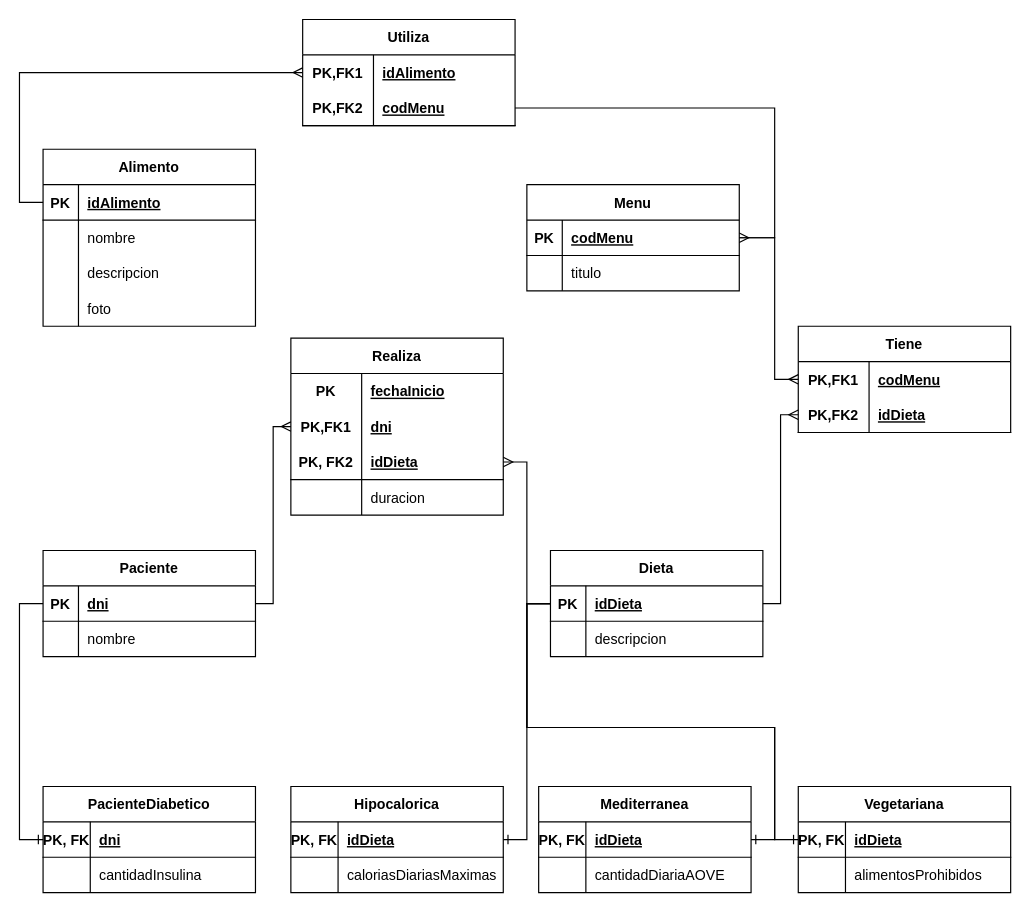
This is BBDD/Tema 8/ejercicio4.drawio from PedroPuertasR/1DAM.EV2, a draw.io file, before an edit. Source tidied: cells renumbered, new cells numbered last; positions are measured from the earlier drawing's top-left corner, leaving out a move shared by most shapes. Both pictures are drawn from the tidied source at 118%, with x=0, y=0 at pixel (19, 19).
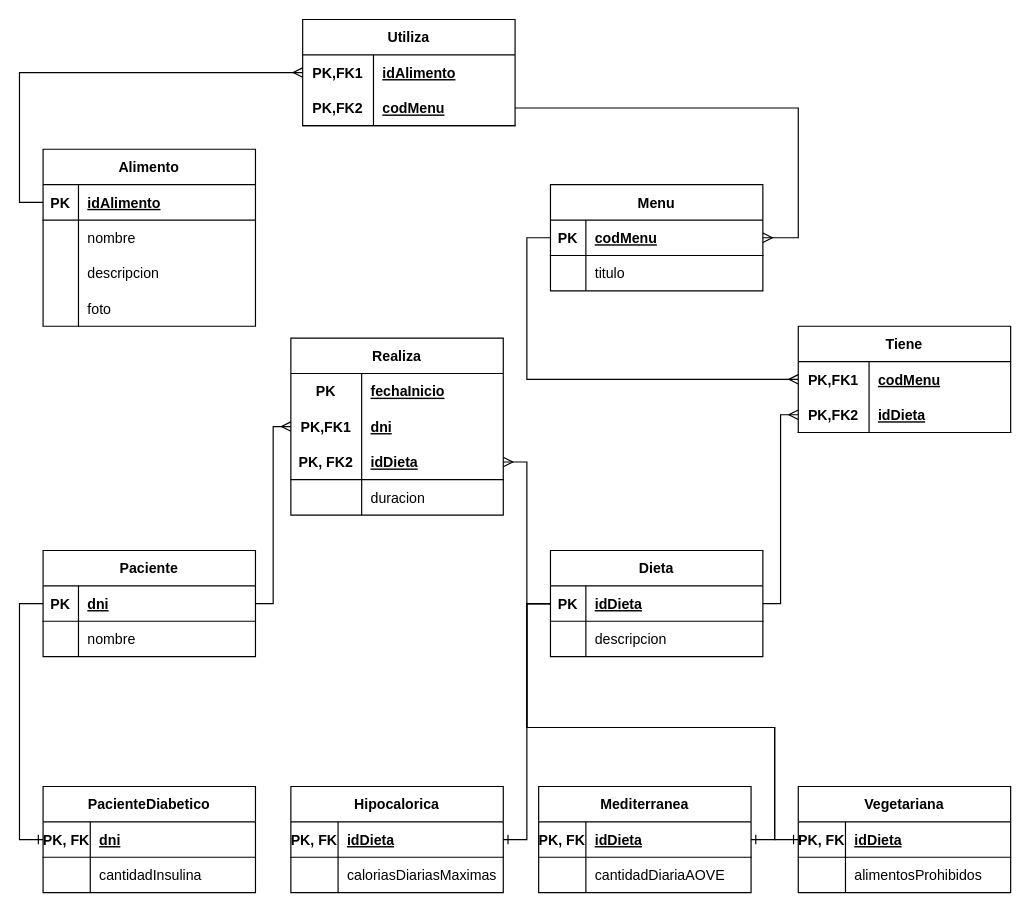
The same diagram, later.

Commit message:
Otra modificación en el mismo

The change refers to these unchanged cells:
```xml
<mxCell id="16" style="shape=tableRow;horizontal=0;startSize=0;swimlaneHead=0;swimlaneBody=0;fillColor=none;points=[[0,0.5],[1,0.5]];portConstraint=eastwest;top=0;left=0;right=0;bottom=1;" parent="15" vertex="1">
  <mxGeometry y="30" width="180" height="30" as="geometry" />
</mxCell>
<mxCell id="26" style="shape=tableRow;horizontal=0;startSize=0;swimlaneHead=0;swimlaneBody=0;fillColor=none;points=[[0,0.5],[1,0.5]];portConstraint=eastwest;top=0;left=0;right=0;bottom=1;" parent="22" vertex="1">
  <mxGeometry y="60" width="180" height="30" as="geometry" />
</mxCell>
<mxCell id="39" style="shape=tableRow;horizontal=0;startSize=0;swimlaneHead=0;swimlaneBody=0;fillColor=none;points=[[0,0.5],[1,0.5]];portConstraint=eastwest;top=0;left=0;right=0;bottom=0;" parent="38" vertex="1">
  <mxGeometry y="30" width="180" height="30" as="geometry" />
</mxCell>
```

What changed in the source:
```diff
@@
     <mxCell id="15" value="Menu" style="shape=table;startSize=30;childLayout=tableLayout;rowLines=0;fontStyle=1;align=center;" parent="1" vertex="1">
-      <mxGeometry x="430" y="140" width="180" height="90" as="geometry" />
+      <mxGeometry x="450" y="140" width="180" height="90" as="geometry" />
     </mxCell>
@@
     <mxCell id="30" style="edgeStyle=orthogonalEdgeStyle;fontSize=12;html=1;endArrow=ERmany;rounded=0;entryX=1;entryY=0.5;entryDx=0;entryDy=0;exitX=1;exitY=0.5;exitDx=0;exitDy=0;" parent="1" edge="1" source="26" target="16">
       <mxGeometry relative="1" as="geometry">
         <Array as="points">
-          <mxPoint x="640" y="75" />
-          <mxPoint x="640" y="185" />
+          <mxPoint x="660" y="75" />
+          <mxPoint x="660" y="185" />
         </Array>
       </mxGeometry>
     </mxCell>
@@
-    <mxCell id="45" style="edgeStyle=orthogonalEdgeStyle;fontSize=12;html=1;endArrow=ERmany;rounded=0;entryX=0;entryY=0.5;entryDx=0;entryDy=0;exitX=1;exitY=0.5;exitDx=0;exitDy=0;" parent="1" edge="1" source="16" target="39">
+    <mxCell id="45" style="edgeStyle=orthogonalEdgeStyle;fontSize=12;html=1;endArrow=ERmany;rounded=0;entryX=0;entryY=0.5;entryDx=0;entryDy=0;exitX=0;exitY=0.5;exitDx=0;exitDy=0;" parent="1" edge="1" source="16" target="39">
       <mxGeometry relative="1" as="geometry">
         <Array as="points">
-          <mxPoint x="640" y="185" />
-          <mxPoint x="640" y="305" />
+          <mxPoint x="430" y="185" />
+          <mxPoint x="430" y="305" />
         </Array>
       </mxGeometry>
     </mxCell>
```
